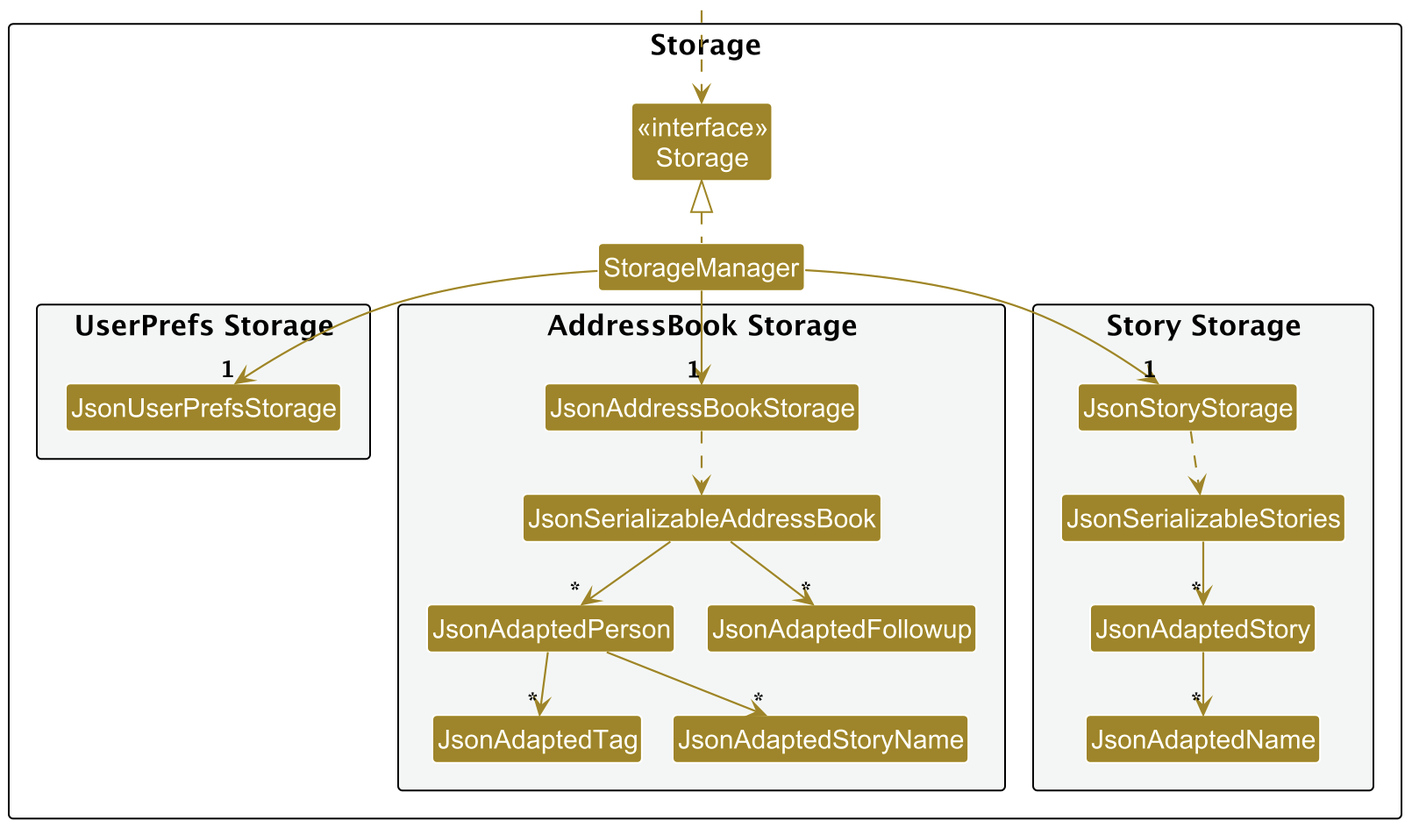
Before: docs/images/StorageClassDiagram.png, a diagram exported from PlantUML (AY2627S1-CS2103T-T13-3/tp). Its source is kept beside it as docs/diagrams/StorageClassDiagram.puml. Source of this version:
```plantuml
@startuml
!include style.puml
skinparam arrowThickness 1.1
skinparam arrowColor STORAGE_COLOR
skinparam classBackgroundColor STORAGE_COLOR

package Storage as StoragePackage {

Class "<<interface>>\nStorage" as Storage
Class StorageManager

package "UserPrefs Storage" #F4F6F6 {
Class JsonUserPrefsStorage
}

package "AddressBook Storage" #F4F6F6 {
Class JsonAddressBookStorage
Class JsonSerializableAddressBook
Class JsonAdaptedPerson
Class JsonAdaptedTag
Class JsonAdaptedStoryName
Class JsonAdaptedFollowup
}

package "Story Storage" #F4F6F6 {
Class JsonStoryStorage
Class JsonSerializableStories
Class JsonAdaptedStory
Class JsonAdaptedName
}

}

Class HiddenOutside #FFFFFF
HiddenOutside ..> Storage

StorageManager .up.|> Storage
StorageManager -down-> "1" JsonUserPrefsStorage
StorageManager -down-> "1" JsonAddressBookStorage
StorageManager -down-> "1" JsonStoryStorage

JsonAddressBookStorage ..> JsonSerializableAddressBook
JsonSerializableAddressBook --> "*" JsonAdaptedPerson
JsonSerializableAddressBook --> "*" JsonAdaptedFollowup

JsonAdaptedPerson --> "*" JsonAdaptedTag
JsonAdaptedPerson --> "*" JsonAdaptedStoryName

JsonStoryStorage ..> JsonSerializableStories
JsonSerializableStories --> "*" JsonAdaptedStory

JsonAdaptedStory --> "*" JsonAdaptedName

@enduml
```
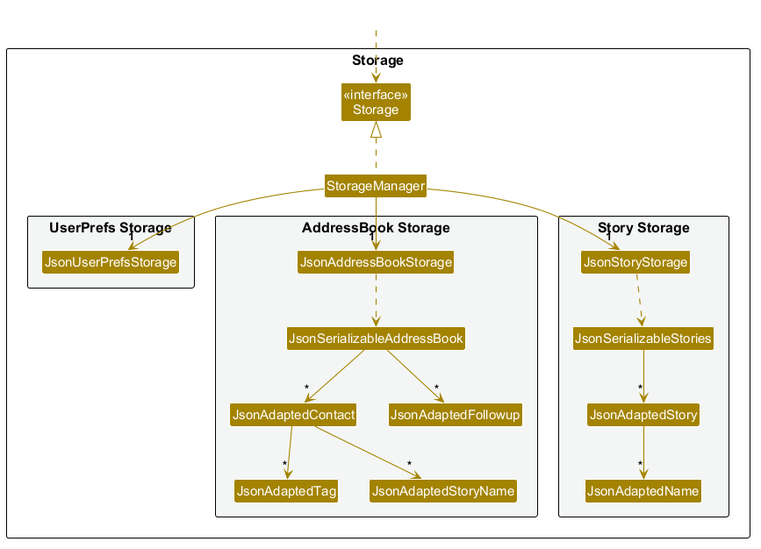
Later version of the same file.

Change to the diagram source:
```diff
@@ -16,7 +16,7 @@
 package "AddressBook Storage" #F4F6F6 {
 Class JsonAddressBookStorage
 Class JsonSerializableAddressBook
-Class JsonAdaptedPerson
+Class JsonAdaptedContact
 Class JsonAdaptedTag
 Class JsonAdaptedStoryName
 Class JsonAdaptedFollowup
@@ -40,11 +40,11 @@
 StorageManager -down-> "1" JsonStoryStorage
 
 JsonAddressBookStorage ..> JsonSerializableAddressBook
-JsonSerializableAddressBook --> "*" JsonAdaptedPerson
+JsonSerializableAddressBook --> "*" JsonAdaptedContact
 JsonSerializableAddressBook --> "*" JsonAdaptedFollowup
 
-JsonAdaptedPerson --> "*" JsonAdaptedTag
-JsonAdaptedPerson --> "*" JsonAdaptedStoryName
+JsonAdaptedContact --> "*" JsonAdaptedTag
+JsonAdaptedContact --> "*" JsonAdaptedStoryName
 
 JsonStoryStorage ..> JsonSerializableStories
 JsonSerializableStories --> "*" JsonAdaptedStory
```
